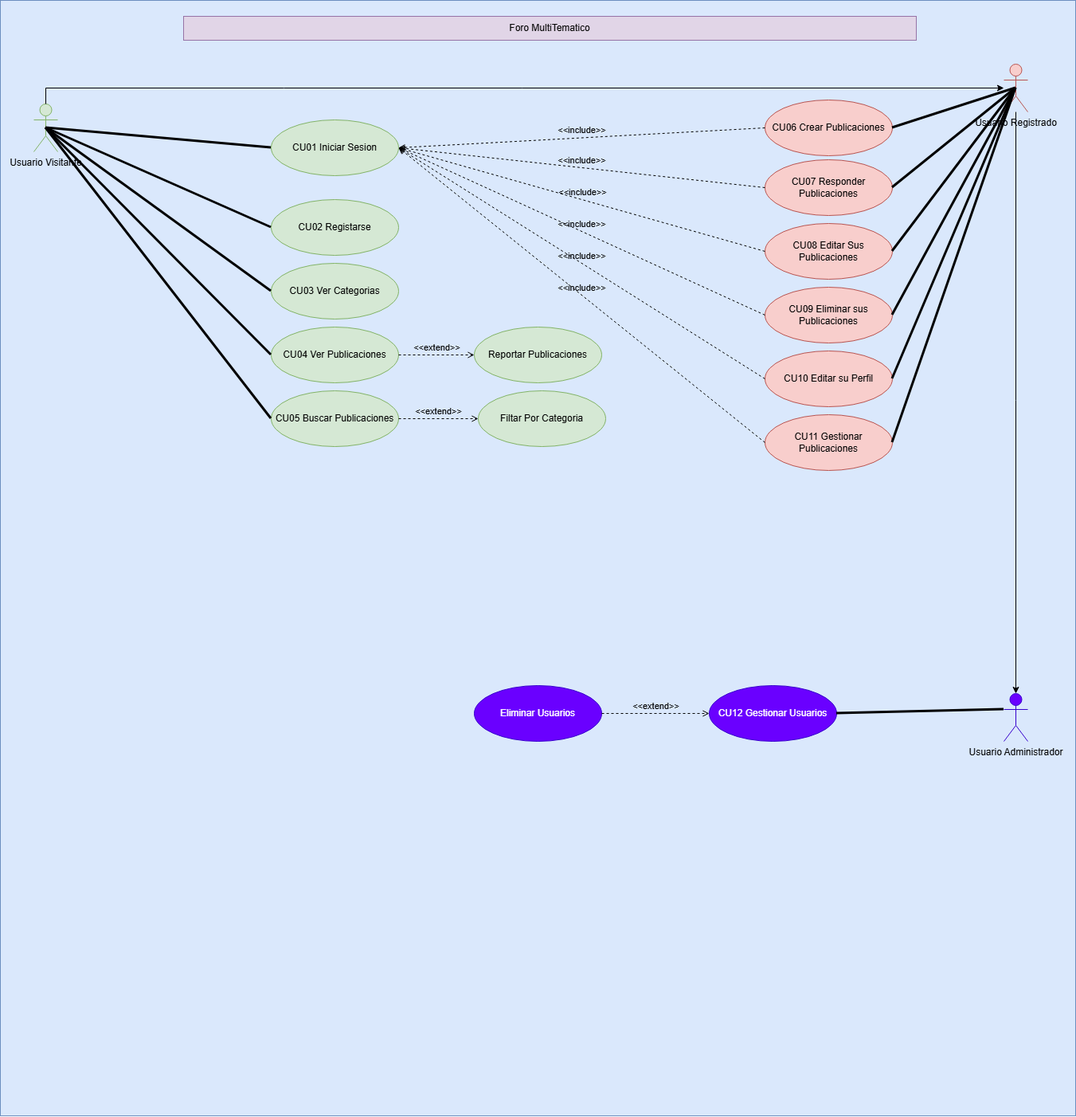
daniinigogarcia98/Proyecto-Intermodular keeps this draw.io diagram as Fase de Diseño/Casos de uso/casos de uso drawio/Casos de Uso.png. Above is the earlier version. Source tidied: cells renumbered, new cells last; positions are measured from the earlier drawing's top-left corner, leaving out a move shared by most shapes.
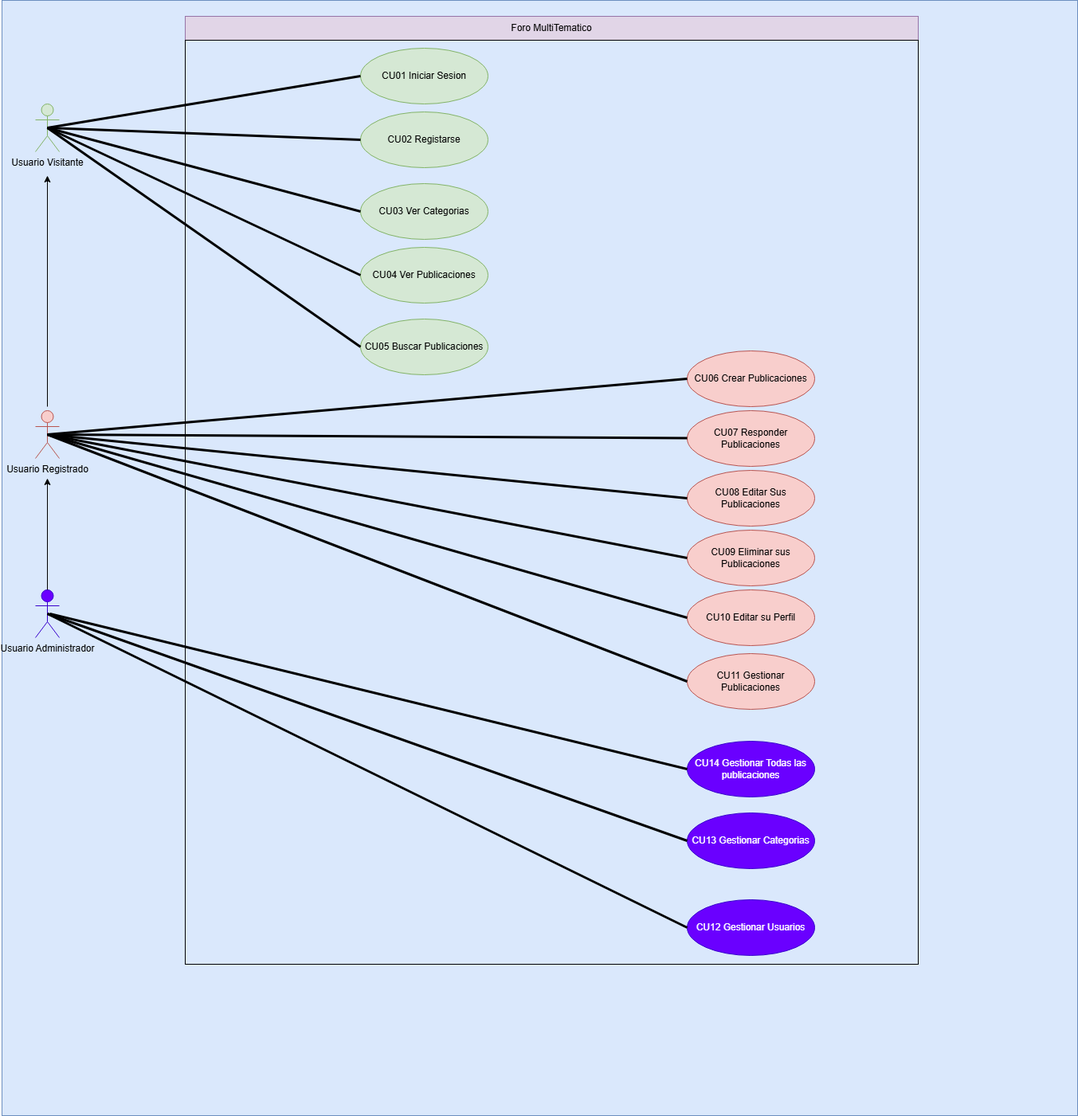
After the change.

What changed in the source:
```diff
@@ -12,84 +12,48 @@
       <mxGeometry x="42" y="130" width="30" height="60" as="geometry" />
     </mxCell>
     <mxCell id="5" value="CU01 Iniciar Sesion" style="ellipse;whiteSpace=wrap;html=1;fillColor=#d5e8d4;strokeColor=#82b366;" parent="1" vertex="1">
-      <mxGeometry x="340" y="150" width="160" height="70" as="geometry" />
+      <mxGeometry x="450" y="60" width="160" height="70" as="geometry" />
     </mxCell>
     <mxCell id="6" value="CU03 Ver Categorias" style="ellipse;whiteSpace=wrap;html=1;fillColor=#d5e8d4;strokeColor=#82b366;" parent="1" vertex="1">
-      <mxGeometry x="340" y="330" width="160" height="70" as="geometry" />
+      <mxGeometry x="450" y="230" width="160" height="70" as="geometry" />
     </mxCell>
     <mxCell id="7" value="Usuario Registrado" style="shape=umlActor;verticalLabelPosition=bottom;verticalAlign=top;html=1;outlineConnect=0;fillColor=#f8cecc;strokeColor=#b85450;" parent="1" vertex="1">
-      <mxGeometry x="1260" y="80" width="30" height="60" as="geometry" />
+      <mxGeometry x="42" y="515" width="30" height="60" as="geometry" />
     </mxCell>
-    <mxCell id="8" style="edgeStyle=orthogonalEdgeStyle;rounded=0;jettySize=auto;html=1;exitX=0.5;exitY=0;exitDx=0;exitDy=0;exitPerimeter=0;" parent="1" edge="1" source="4" target="7">
-      <mxGeometry relative="1" as="geometry" />
-    </mxCell>
     <mxCell id="9" value="CU04 Ver Publicaciones" style="ellipse;whiteSpace=wrap;html=1;fillColor=#d5e8d4;strokeColor=#82b366;" parent="1" vertex="1">
-      <mxGeometry x="340" y="410" width="160" height="70" as="geometry" />
+      <mxGeometry x="450" y="310" width="160" height="70" as="geometry" />
     </mxCell>
     <mxCell id="10" value="CU02 Registarse" style="ellipse;whiteSpace=wrap;html=1;fillColor=#d5e8d4;strokeColor=#82b366;" parent="1" vertex="1">
-      <mxGeometry x="340" y="250" width="160" height="70" as="geometry" />
+      <mxGeometry x="450" y="140" width="160" height="70" as="geometry" />
     </mxCell>
     <mxCell id="11" value="CU05 Buscar Publicaciones" style="ellipse;whiteSpace=wrap;html=1;fillColor=#d5e8d4;strokeColor=#82b366;" parent="1" vertex="1">
-      <mxGeometry x="340" y="490" width="160" height="70" as="geometry" />
+      <mxGeometry x="450" y="400" width="160" height="70" as="geometry" />
     </mxCell>
-    <mxCell id="12" value="Reportar Publicaciones" style="ellipse;whiteSpace=wrap;html=1;fillColor=#d5e8d4;strokeColor=#82b366;" parent="1" vertex="1">
-      <mxGeometry x="595" y="410" width="160" height="70" as="geometry" />
-    </mxCell>
-    <mxCell id="13" value="Filtar Por Categoria" style="ellipse;whiteSpace=wrap;html=1;fillColor=#d5e8d4;strokeColor=#82b366;" parent="1" vertex="1">
-      <mxGeometry x="600" y="490" width="160" height="70" as="geometry" />
-    </mxCell>
     <mxCell id="14" value="CU06 Crear Publicaciones" style="ellipse;whiteSpace=wrap;html=1;fillColor=#f8cecc;strokeColor=#b85450;" parent="1" vertex="1">
-      <mxGeometry x="960" y="125" width="160" height="70" as="geometry" />
+      <mxGeometry x="860" y="440" width="160" height="70" as="geometry" />
     </mxCell>
     <mxCell id="15" value="CU07 Responder Publicaciones" style="ellipse;whiteSpace=wrap;html=1;fillColor=#f8cecc;strokeColor=#b85450;" parent="1" vertex="1">
-      <mxGeometry x="960" y="200" width="160" height="70" as="geometry" />
+      <mxGeometry x="860" y="515" width="160" height="70" as="geometry" />
     </mxCell>
     <mxCell id="16" value="CU08 Editar Sus Publicaciones" style="ellipse;whiteSpace=wrap;html=1;fillColor=#f8cecc;strokeColor=#b85450;" parent="1" vertex="1">
-      <mxGeometry x="960" y="280" width="160" height="70" as="geometry" />
+      <mxGeometry x="860" y="590" width="160" height="70" as="geometry" />
     </mxCell>
     <mxCell id="17" value="CU09 Eliminar sus Publicaciones" style="ellipse;whiteSpace=wrap;html=1;fillColor=#f8cecc;strokeColor=#b85450;" parent="1" vertex="1">
-      <mxGeometry x="960" y="360" width="160" height="70" as="geometry" />
+      <mxGeometry x="860" y="665" width="160" height="70" as="geometry" />
     </mxCell>
     <mxCell id="18" value="CU10 Editar su Perfil" style="ellipse;whiteSpace=wrap;html=1;fillColor=#f8cecc;strokeColor=#b85450;" parent="1" vertex="1">
-      <mxGeometry x="960" y="440" width="160" height="70" as="geometry" />
+      <mxGeometry x="860" y="740" width="160" height="70" as="geometry" />
     </mxCell>
     <mxCell id="19" value="CU11 Gestionar Publicaciones" style="ellipse;whiteSpace=wrap;html=1;fillColor=#f8cecc;strokeColor=#b85450;" parent="1" vertex="1">
-      <mxGeometry x="960" y="520" width="160" height="70" as="geometry" />
+      <mxGeometry x="860" y="820" width="160" height="70" as="geometry" />
     </mxCell>
-    <mxCell id="20" value="&amp;lt;&amp;lt;include&amp;gt;&amp;gt;" style="html=1;verticalAlign=bottom;labelBackgroundColor=none;endArrow=open;endFill=0;dashed=1;rounded=0;exitX=0;exitY=0.5;exitDx=0;exitDy=0;entryX=1;entryY=0.5;entryDx=0;entryDy=0;" parent="1" edge="1" source="14" target="5">
-      <mxGeometry relative="1" as="geometry" />
-    </mxCell>
-    <mxCell id="21" value="&amp;lt;&amp;lt;include&amp;gt;&amp;gt;" style="html=1;verticalAlign=bottom;labelBackgroundColor=none;endArrow=open;endFill=0;dashed=1;rounded=0;exitX=0;exitY=0.5;exitDx=0;exitDy=0;entryX=1;entryY=0.5;entryDx=0;entryDy=0;" parent="1" edge="1" source="15" target="5">
-      <mxGeometry relative="1" as="geometry" />
-    </mxCell>
-    <mxCell id="22" value="&amp;lt;&amp;lt;extend&amp;gt;&amp;gt;" style="html=1;verticalAlign=bottom;labelBackgroundColor=none;endArrow=open;endFill=0;dashed=1;rounded=0;exitX=1;exitY=0.5;exitDx=0;exitDy=0;entryX=0;entryY=0.5;entryDx=0;entryDy=0;" parent="1" edge="1" source="9" target="12">
-      <mxGeometry relative="1" as="geometry" />
-    </mxCell>
-    <mxCell id="23" value="&amp;lt;&amp;lt;extend&amp;gt;&amp;gt;" style="html=1;verticalAlign=bottom;labelBackgroundColor=none;endArrow=open;endFill=0;dashed=1;rounded=0;exitX=1;exitY=0.5;exitDx=0;exitDy=0;entryX=0;entryY=0.5;entryDx=0;entryDy=0;" parent="1" edge="1" source="11" target="13">
-      <mxGeometry relative="1" as="geometry" />
-    </mxCell>
-    <mxCell id="24" value="&amp;lt;&amp;lt;include&amp;gt;&amp;gt;" style="html=1;verticalAlign=bottom;labelBackgroundColor=none;endArrow=open;endFill=0;dashed=1;rounded=0;exitX=0;exitY=0.5;exitDx=0;exitDy=0;entryX=1;entryY=0.5;entryDx=0;entryDy=0;" parent="1" edge="1" source="16" target="5">
-      <mxGeometry relative="1" as="geometry" />
-    </mxCell>
-    <mxCell id="25" value="&amp;lt;&amp;lt;include&amp;gt;&amp;gt;" style="html=1;verticalAlign=bottom;labelBackgroundColor=none;endArrow=open;endFill=0;dashed=1;rounded=0;exitX=0;exitY=0.5;exitDx=0;exitDy=0;entryX=1;entryY=0.5;entryDx=0;entryDy=0;" parent="1" edge="1" source="17" target="5">
-      <mxGeometry relative="1" as="geometry" />
-    </mxCell>
-    <mxCell id="26" value="&amp;lt;&amp;lt;include&amp;gt;&amp;gt;" style="html=1;verticalAlign=bottom;labelBackgroundColor=none;endArrow=open;endFill=0;dashed=1;rounded=0;exitX=0;exitY=0.5;exitDx=0;exitDy=0;entryX=1;entryY=0.5;entryDx=0;entryDy=0;" parent="1" edge="1" source="18" target="5">
-      <mxGeometry relative="1" as="geometry" />
-    </mxCell>
-    <mxCell id="27" value="&amp;lt;&amp;lt;include&amp;gt;&amp;gt;" style="html=1;verticalAlign=bottom;labelBackgroundColor=none;endArrow=open;endFill=0;dashed=1;rounded=0;exitX=0;exitY=0.5;exitDx=0;exitDy=0;entryX=1;entryY=0.5;entryDx=0;entryDy=0;" parent="1" edge="1" source="19" target="5">
-      <mxGeometry relative="1" as="geometry" />
-    </mxCell>
     <mxCell id="28" value="&lt;font style=&quot;color: rgb(0, 0, 0);&quot;&gt;Usuario Administrador&lt;/font&gt;" style="shape=umlActor;verticalLabelPosition=bottom;verticalAlign=top;html=1;fillColor=#6a00ff;strokeColor=#3700CC;fontColor=#ffffff;" parent="1" vertex="1">
-      <mxGeometry x="1260" y="870" width="30" height="60" as="geometry" />
+      <mxGeometry x="42" y="740" width="30" height="60" as="geometry" />
     </mxCell>
-    <mxCell id="29" style="edgeStyle=orthogonalEdgeStyle;rounded=0;jettySize=auto;html=1;entryX=0.5;entryY=0;entryDx=0;entryDy=0;entryPerimeter=0;" parent="1" edge="1" source="7" target="28">
-      <mxGeometry relative="1" as="geometry" />
-    </mxCell>
     <mxCell id="30" value="CU12 Gestionar Usuarios" style="ellipse;whiteSpace=wrap;html=1;fillColor=#6a00ff;strokeColor=#3700CC;fontColor=#ffffff;" parent="1" vertex="1">
-      <mxGeometry x="890" y="860" width="160" height="70" as="geometry" />
+      <mxGeometry x="860" y="1129" width="160" height="70" as="geometry" />
     </mxCell>
-    <mxCell id="31" style="endArrow=none;startArrow=none;endFill=0;startFill=0;endSize=8;html=1;verticalAlign=bottom;labelBackgroundColor=none;strokeWidth=3;rounded=0;exitX=1;exitY=0.5;exitDx=0;exitDy=0;entryX=0;entryY=0.3333333333333333;entryDx=0;entryDy=0;entryPerimeter=0;" parent="1" edge="1" source="30" target="28">
+    <mxCell id="31" style="endArrow=none;startArrow=none;endFill=0;startFill=0;endSize=8;html=1;verticalAlign=bottom;labelBackgroundColor=none;strokeWidth=3;rounded=0;exitX=0;exitY=0.5;exitDx=0;exitDy=0;entryX=0.5;entryY=0.5;entryDx=0;entryDy=0;entryPerimeter=0;" parent="1" edge="1" source="30" target="28">
       <mxGeometry relative="1" as="geometry" />
     </mxCell>
     <mxCell id="32" style="endArrow=none;startArrow=none;endFill=0;startFill=0;endSize=8;html=1;verticalAlign=bottom;labelBackgroundColor=none;strokeWidth=3;rounded=0;exitX=0.5;exitY=0.5;exitDx=0;exitDy=0;exitPerimeter=0;entryX=0;entryY=0.5;entryDx=0;entryDy=0;" parent="1" edge="1" source="4" target="5">
@@ -107,29 +71,51 @@
     <mxCell id="36" style="endArrow=none;startArrow=none;endFill=0;startFill=0;endSize=8;html=1;verticalAlign=bottom;labelBackgroundColor=none;strokeWidth=3;rounded=0;exitX=0.5;exitY=0.5;exitDx=0;exitDy=0;exitPerimeter=0;entryX=0;entryY=0.5;entryDx=0;entryDy=0;" parent="1" edge="1" source="4" target="11">
       <mxGeometry relative="1" as="geometry" />
     </mxCell>
-    <mxCell id="37" style="endArrow=none;startArrow=none;endFill=0;startFill=0;endSize=8;html=1;verticalAlign=bottom;labelBackgroundColor=none;strokeWidth=3;rounded=0;exitX=1;exitY=0.5;exitDx=0;exitDy=0;entryX=0.5;entryY=0.5;entryDx=0;entryDy=0;entryPerimeter=0;" parent="1" edge="1" source="14" target="7">
+    <mxCell id="37" style="endArrow=none;startArrow=none;endFill=0;startFill=0;endSize=8;html=1;verticalAlign=bottom;labelBackgroundColor=none;strokeWidth=3;rounded=0;exitX=0;exitY=0.5;exitDx=0;exitDy=0;entryX=0.5;entryY=0.5;entryDx=0;entryDy=0;entryPerimeter=0;" parent="1" edge="1" source="14" target="7">
       <mxGeometry relative="1" as="geometry" />
     </mxCell>
-    <mxCell id="38" style="endArrow=none;startArrow=none;endFill=0;startFill=0;endSize=8;html=1;verticalAlign=bottom;labelBackgroundColor=none;strokeWidth=3;rounded=0;exitX=1;exitY=0.5;exitDx=0;exitDy=0;entryX=0.5;entryY=0.5;entryDx=0;entryDy=0;entryPerimeter=0;" parent="1" edge="1" source="15" target="7">
+    <mxCell id="38" style="endArrow=none;startArrow=none;endFill=0;startFill=0;endSize=8;html=1;verticalAlign=bottom;labelBackgroundColor=none;strokeWidth=3;rounded=0;entryX=0.5;entryY=0.5;entryDx=0;entryDy=0;entryPerimeter=0;" parent="1" edge="1" source="15" target="7">
       <mxGeometry relative="1" as="geometry" />
     </mxCell>
-    <mxCell id="39" style="endArrow=none;startArrow=none;endFill=0;startFill=0;endSize=8;html=1;verticalAlign=bottom;labelBackgroundColor=none;strokeWidth=3;rounded=0;exitX=1;exitY=0.5;exitDx=0;exitDy=0;entryX=0.5;entryY=0.5;entryDx=0;entryDy=0;entryPerimeter=0;" parent="1" edge="1" source="16" target="7">
+    <mxCell id="39" style="endArrow=none;startArrow=none;endFill=0;startFill=0;endSize=8;html=1;verticalAlign=bottom;labelBackgroundColor=none;strokeWidth=3;rounded=0;entryX=0.5;entryY=0.5;entryDx=0;entryDy=0;entryPerimeter=0;exitX=0;exitY=0.5;exitDx=0;exitDy=0;" parent="1" edge="1" source="16" target="7">
       <mxGeometry relative="1" as="geometry" />
     </mxCell>
-    <mxCell id="40" style="endArrow=none;startArrow=none;endFill=0;startFill=0;endSize=8;html=1;verticalAlign=bottom;labelBackgroundColor=none;strokeWidth=3;rounded=0;exitX=1;exitY=0.5;exitDx=0;exitDy=0;entryX=0.5;entryY=0.5;entryDx=0;entryDy=0;entryPerimeter=0;" parent="1" edge="1" source="17" target="7">
+    <mxCell id="40" style="endArrow=none;startArrow=none;endFill=0;startFill=0;endSize=8;html=1;verticalAlign=bottom;labelBackgroundColor=none;strokeWidth=3;rounded=0;exitX=0;exitY=0.5;exitDx=0;exitDy=0;entryX=0.5;entryY=0.5;entryDx=0;entryDy=0;entryPerimeter=0;" parent="1" edge="1" source="17" target="7">
       <mxGeometry relative="1" as="geometry" />
     </mxCell>
-    <mxCell id="41" style="endArrow=none;startArrow=none;endFill=0;startFill=0;endSize=8;html=1;verticalAlign=bottom;labelBackgroundColor=none;strokeWidth=3;rounded=0;exitX=1;exitY=0.5;exitDx=0;exitDy=0;entryX=0.5;entryY=0.5;entryDx=0;entryDy=0;entryPerimeter=0;" parent="1" edge="1" source="18" target="7">
+    <mxCell id="41" style="endArrow=none;startArrow=none;endFill=0;startFill=0;endSize=8;html=1;verticalAlign=bottom;labelBackgroundColor=none;strokeWidth=3;rounded=0;exitX=0;exitY=0.5;exitDx=0;exitDy=0;entryX=0.5;entryY=0.5;entryDx=0;entryDy=0;entryPerimeter=0;" parent="1" edge="1" source="18" target="7">
       <mxGeometry relative="1" as="geometry" />
     </mxCell>
-    <mxCell id="42" style="endArrow=none;startArrow=none;endFill=0;startFill=0;endSize=8;html=1;verticalAlign=bottom;labelBackgroundColor=none;strokeWidth=3;rounded=0;exitX=1;exitY=0.5;exitDx=0;exitDy=0;entryX=0.5;entryY=0.5;entryDx=0;entryDy=0;entryPerimeter=0;" parent="1" edge="1" source="19" target="7">
+    <mxCell id="42" style="endArrow=none;startArrow=none;endFill=0;startFill=0;endSize=8;html=1;verticalAlign=bottom;labelBackgroundColor=none;strokeWidth=3;rounded=0;exitX=0;exitY=0.5;exitDx=0;exitDy=0;entryX=0.5;entryY=0.5;entryDx=0;entryDy=0;entryPerimeter=0;" parent="1" edge="1" source="19" target="7">
       <mxGeometry relative="1" as="geometry" />
     </mxCell>
-    <mxCell id="43" value="Eliminar Usuarios" style="ellipse;whiteSpace=wrap;html=1;fillColor=#6a00ff;strokeColor=#3700CC;fontColor=#ffffff;" parent="1" vertex="1">
-      <mxGeometry x="595" y="860" width="160" height="70" as="geometry" />
-    </mxCell>
-    <mxCell id="44" value="&amp;lt;&amp;lt;extend&amp;gt;&amp;gt;" style="html=1;verticalAlign=bottom;labelBackgroundColor=none;endArrow=open;endFill=0;dashed=1;rounded=0;exitX=1;exitY=0.5;exitDx=0;exitDy=0;entryX=0;entryY=0.5;entryDx=0;entryDy=0;" parent="1" edge="1" source="43" target="30">
-      <mxGeometry relative="1" as="geometry" />
-    </mxCell>
+    <mxCell id="45" value="CU13 Gestionar Categorias" style="ellipse;whiteSpace=wrap;html=1;fillColor=#6a00ff;strokeColor=#3700CC;fontColor=#ffffff;" parent="1" vertex="1">
+      <mxGeometry x="860" y="1020" width="160" height="70" as="geometry" />
+    </mxCell>
+    <mxCell id="46" style="endArrow=none;startArrow=none;endFill=0;startFill=0;endSize=8;html=1;verticalAlign=bottom;labelBackgroundColor=none;strokeWidth=3;rounded=0;exitX=0;exitY=0.5;exitDx=0;exitDy=0;entryX=0.5;entryY=0.5;entryDx=0;entryDy=0;entryPerimeter=0;" parent="1" edge="1" source="45" target="28">
+      <mxGeometry relative="1" as="geometry" />
+    </mxCell>
+    <mxCell id="47" value="CU14 Gestionar Todas las publicaciones" style="ellipse;whiteSpace=wrap;html=1;fillColor=#6a00ff;strokeColor=#3700CC;fontColor=#ffffff;" parent="1" vertex="1">
+      <mxGeometry x="860" y="930" width="160" height="70" as="geometry" />
+    </mxCell>
+    <mxCell id="48" style="endArrow=none;startArrow=none;endFill=0;startFill=0;endSize=8;html=1;verticalAlign=bottom;labelBackgroundColor=none;strokeWidth=3;rounded=0;exitX=0;exitY=0.5;exitDx=0;exitDy=0;" parent="1" edge="1" source="47">
+      <mxGeometry relative="1" as="geometry">
+        <mxPoint x="60" y="770" as="targetPoint" />
+      </mxGeometry>
+    </mxCell>
+    <mxCell id="49" style="rounded=0;whiteSpace=wrap;html=1;fillColor=none;" parent="1" vertex="1">
+      <mxGeometry x="230" y="50" width="920" height="1160" as="geometry" />
+    </mxCell>
+    <mxCell id="50" style="endArrow=classic;html=1;rounded=0;exitX=0.5;exitY=0;exitDx=0;exitDy=0;exitPerimeter=0;" parent="1" edge="1" source="28">
+      <mxGeometry relative="1" as="geometry">
+        <mxPoint x="57" y="600" as="targetPoint" />
+      </mxGeometry>
+    </mxCell>
+    <mxCell id="51" style="endArrow=classic;html=1;rounded=0;" parent="1" edge="1">
+      <mxGeometry relative="1" as="geometry">
+        <mxPoint x="57" y="510" as="sourcePoint" />
+        <mxPoint x="57" y="220" as="targetPoint" />
+      </mxGeometry>
+    </mxCell>
   </root>
 </mxGraphModel>
```
